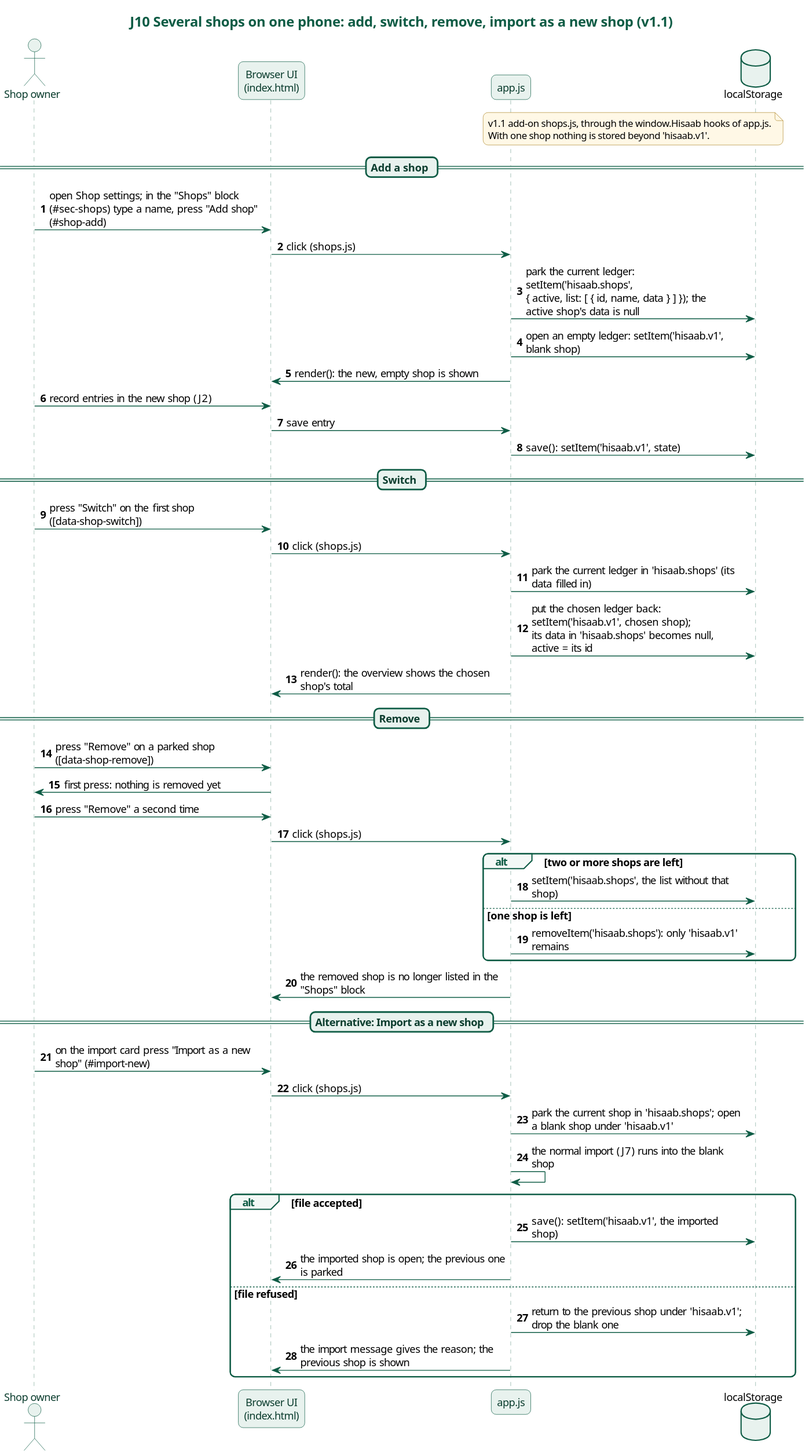
Earlier version of the PlantUML export docs/diagrams/j10-several-shops.svg (karwasanjay007/hisaab-docs).
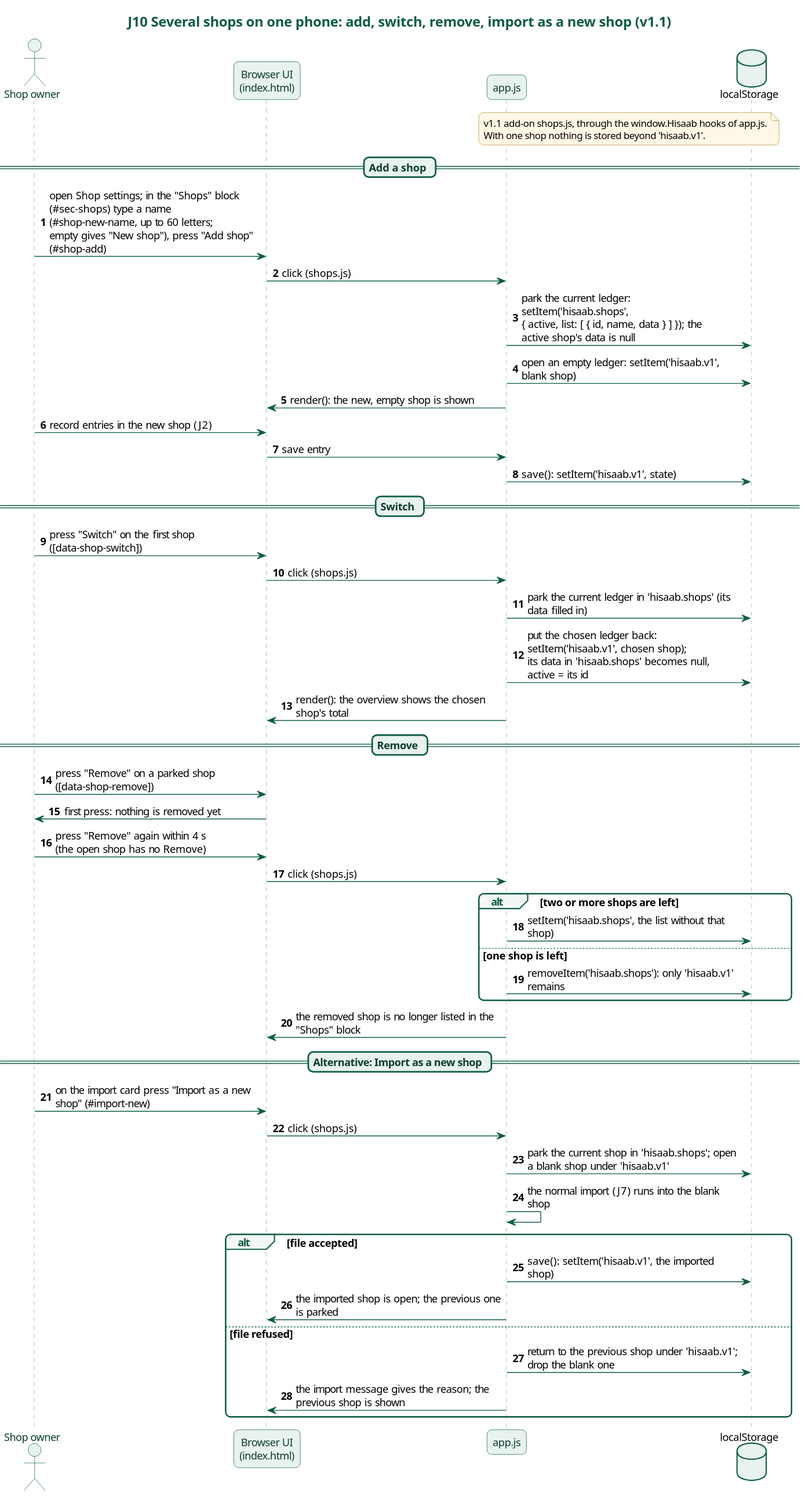
After the commit.

The edit, as a diff of the source:
```diff
@@ -44,7 +44,7 @@
 autonumber
 note over App, LS : v1.1 add-on shops.js, through the window.Hisaab hooks of app.js.\nWith one shop nothing is stored beyond 'hisaab.v1'.
 == Add a shop ==
-Owner -> UI : open Shop settings; in the "Shops" block (#sec-shops) type a name, press "Add shop" (#shop-add)
+Owner -> UI : open Shop settings; in the "Shops" block (#sec-shops) type a name (#shop-new-name, up to 60 letters;\nempty gives "New shop"), press "Add shop" (#shop-add)
 UI -> App : click (shops.js)
 App -> LS : park the current ledger: setItem('hisaab.shops',\n{ active, list: [ { id, name, data } ] }); the active shop's data is null
 App -> LS : open an empty ledger: setItem('hisaab.v1', blank shop)
@@ -61,7 +61,7 @@
 == Remove ==
 Owner -> UI : press "Remove" on a parked shop ([data-shop-remove])
 UI -> Owner : first press: nothing is removed yet
-Owner -> UI : press "Remove" a second time
+Owner -> UI : press "Remove" again within 4 s\n(the open shop has no Remove)
 UI -> App : click (shops.js)
 alt two or more shops are left
   App -> LS : setItem('hisaab.shops', the list without that shop)
```
